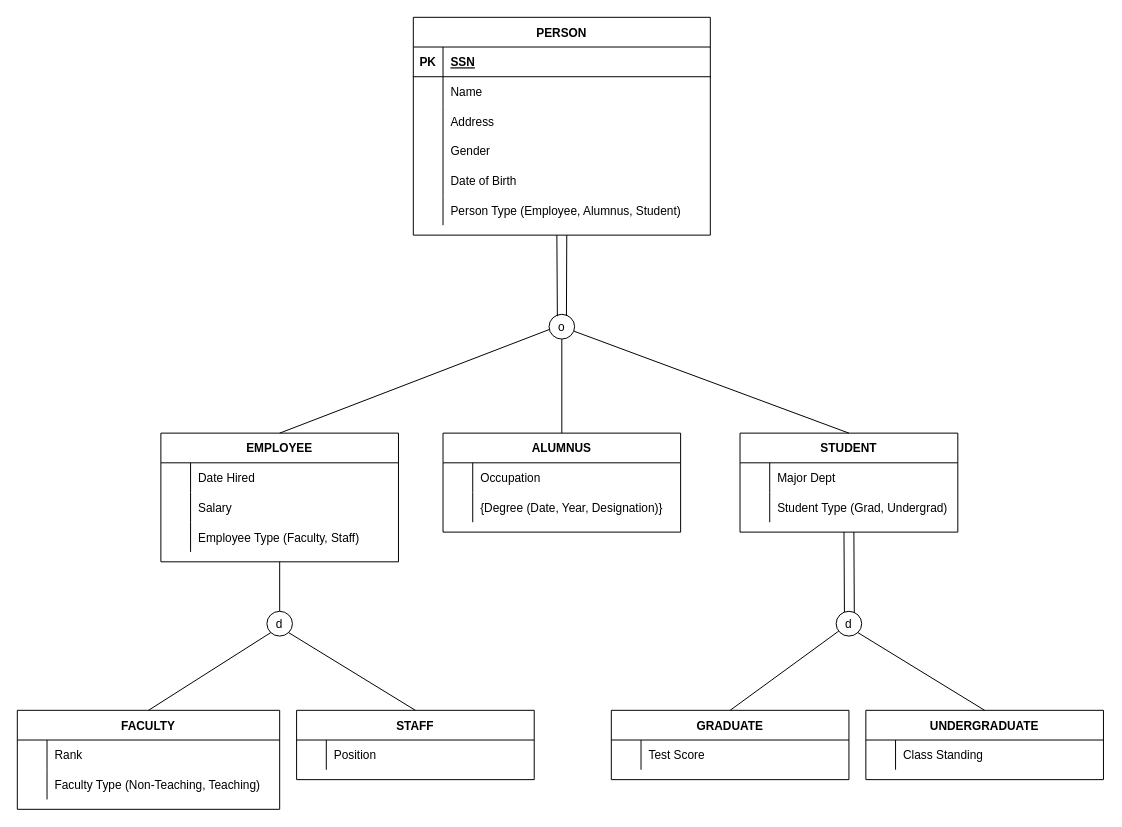
Earlier version of the draw.io diagram EERD.drawio (genebit/draw.io-diagrams). Source tidied: cells renumbered, new cells numbered last; positions are measured from the earlier drawing's top-left corner, leaving out a move shared by most shapes. Both pictures are drawn from the tidied source at 99%, with x=0, y=0 at pixel (17, 17).
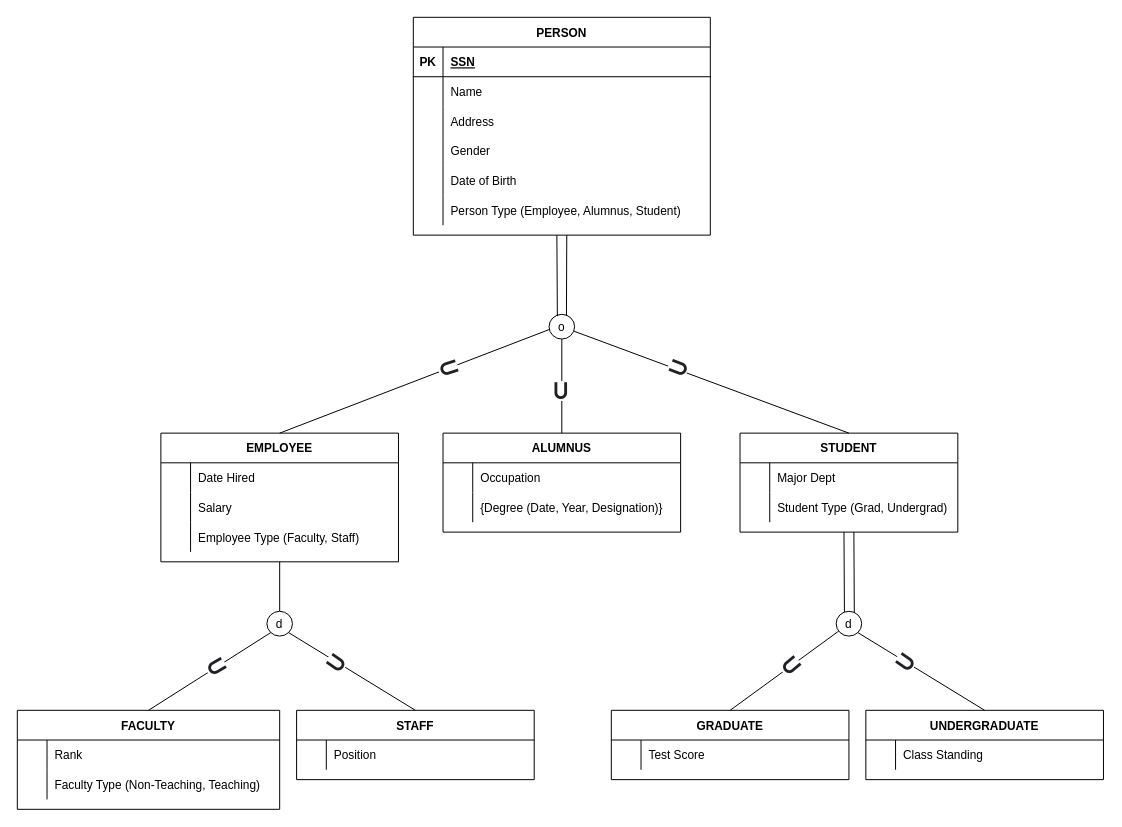
After the change.

The edit, as a diff of the source:
```diff
@@
+    <mxCell id="79" value="&lt;b style=&quot;color: rgb(32, 33, 36); text-align: start; background-color: rgb(255, 255, 255);&quot;&gt;&lt;font style=&quot;font-size: 25px;&quot;&gt;⊂&lt;/font&gt;&lt;/b&gt;" style="text;html=1;strokeColor=none;fillColor=none;align=center;verticalAlign=middle;whiteSpace=wrap;rounded=0;rotation=-18;" parent="1" vertex="1">
+      <mxGeometry x="405" y="338" width="60" height="30" as="geometry" />
+    </mxCell>
+    <mxCell id="80" value="&lt;b style=&quot;color: rgb(32, 33, 36); text-align: start; background-color: rgb(255, 255, 255);&quot;&gt;&lt;font style=&quot;font-size: 25px;&quot;&gt;⊂&lt;/font&gt;&lt;/b&gt;" style="text;html=1;strokeColor=none;fillColor=none;align=center;verticalAlign=middle;whiteSpace=wrap;rounded=0;rotation=-90;" parent="1" vertex="1">
+      <mxGeometry x="517" y="363" width="60" height="30" as="geometry" />
+    </mxCell>
+    <mxCell id="81" value="&lt;b style=&quot;color: rgb(32, 33, 36); text-align: start; background-color: rgb(255, 255, 255);&quot;&gt;&lt;font style=&quot;font-size: 25px;&quot;&gt;⊂&lt;/font&gt;&lt;/b&gt;" style="text;html=1;strokeColor=none;fillColor=none;align=center;verticalAlign=middle;whiteSpace=wrap;rounded=0;rotation=-159;" parent="1" vertex="1">
+      <mxGeometry x="637" y="342" width="60" height="30" as="geometry" />
+    </mxCell>
+    <mxCell id="82" value="&lt;b style=&quot;color: rgb(32, 33, 36); text-align: start; background-color: rgb(255, 255, 255);&quot;&gt;&lt;font style=&quot;font-size: 25px;&quot;&gt;⊂&lt;/font&gt;&lt;/b&gt;" style="text;html=1;strokeColor=none;fillColor=none;align=center;verticalAlign=middle;whiteSpace=wrap;rounded=0;rotation=-30;" parent="1" vertex="1">
+      <mxGeometry x="170" y="640" width="60" height="30" as="geometry" />
+    </mxCell>
+    <mxCell id="83" value="&lt;b style=&quot;color: rgb(32, 33, 36); text-align: start; background-color: rgb(255, 255, 255);&quot;&gt;&lt;font style=&quot;font-size: 25px;&quot;&gt;⊂&lt;/font&gt;&lt;/b&gt;" style="text;html=1;strokeColor=none;fillColor=none;align=center;verticalAlign=middle;whiteSpace=wrap;rounded=0;rotation=-145;" parent="1" vertex="1">
+      <mxGeometry x="291" y="640" width="60" height="30" as="geometry" />
+    </mxCell>
+    <mxCell id="84" value="&lt;b style=&quot;color: rgb(32, 33, 36); text-align: start; background-color: rgb(255, 255, 255);&quot;&gt;&lt;font style=&quot;font-size: 25px;&quot;&gt;⊂&lt;/font&gt;&lt;/b&gt;" style="text;html=1;strokeColor=none;fillColor=none;align=center;verticalAlign=middle;whiteSpace=wrap;rounded=0;rotation=-145;" parent="1" vertex="1">
+      <mxGeometry x="866" y="639" width="60" height="30" as="geometry" />
+    </mxCell>
+    <mxCell id="85" value="&lt;b style=&quot;color: rgb(32, 33, 36); text-align: start; background-color: rgb(255, 255, 255);&quot;&gt;&lt;font style=&quot;font-size: 25px;&quot;&gt;⊂&lt;/font&gt;&lt;/b&gt;" style="text;html=1;strokeColor=none;fillColor=none;align=center;verticalAlign=middle;whiteSpace=wrap;rounded=0;rotation=-40;" parent="1" vertex="1">
+      <mxGeometry x="750" y="639" width="60" height="30" as="geometry" />
+    </mxCell>
```
